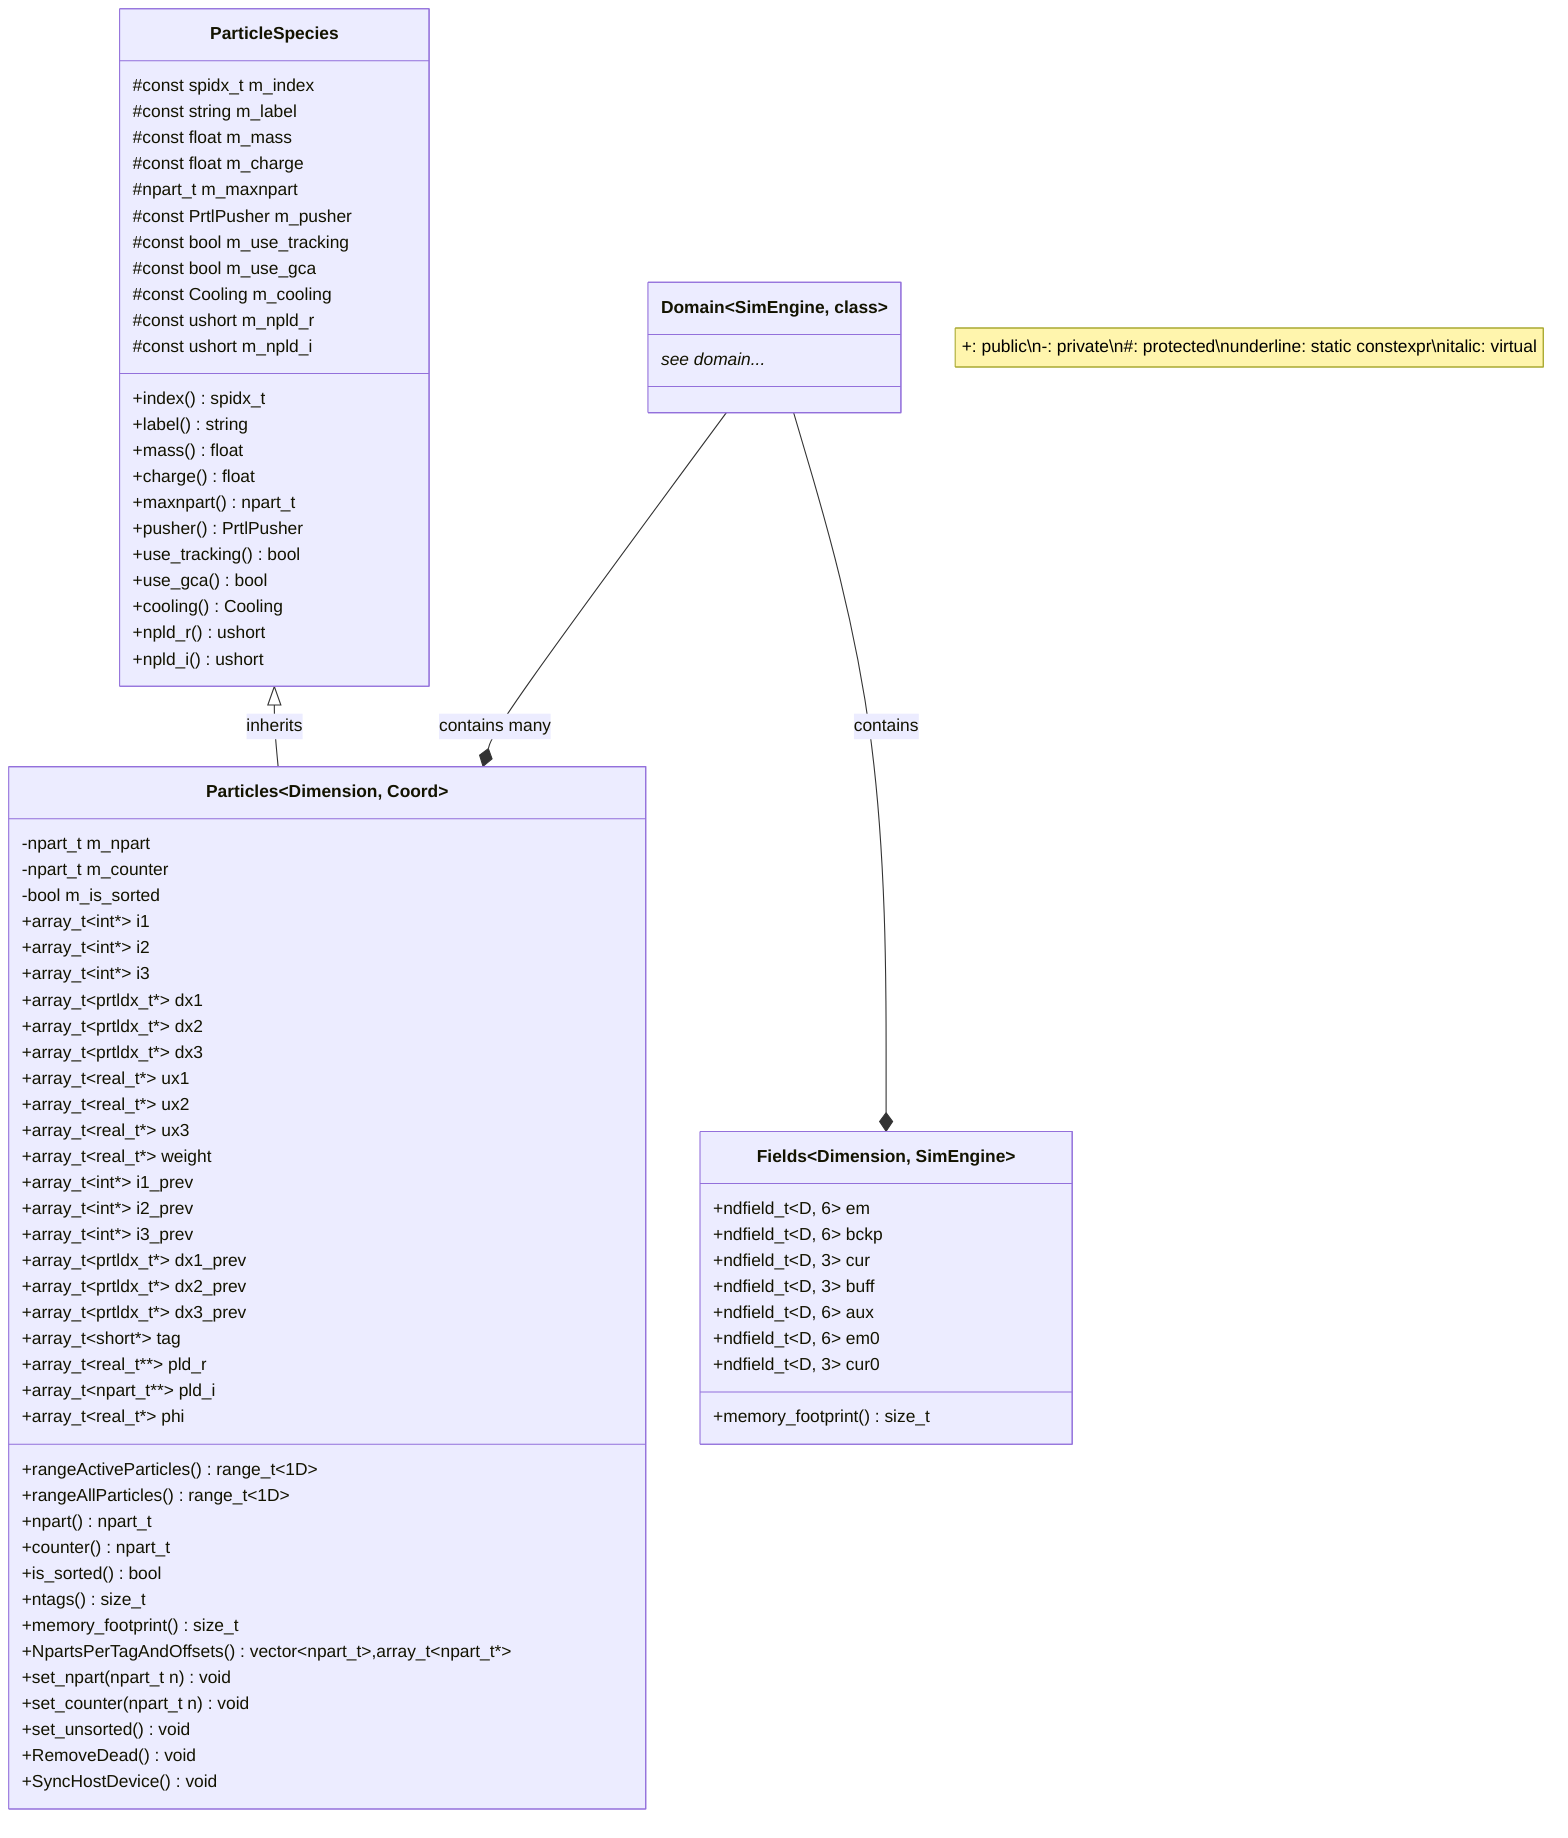
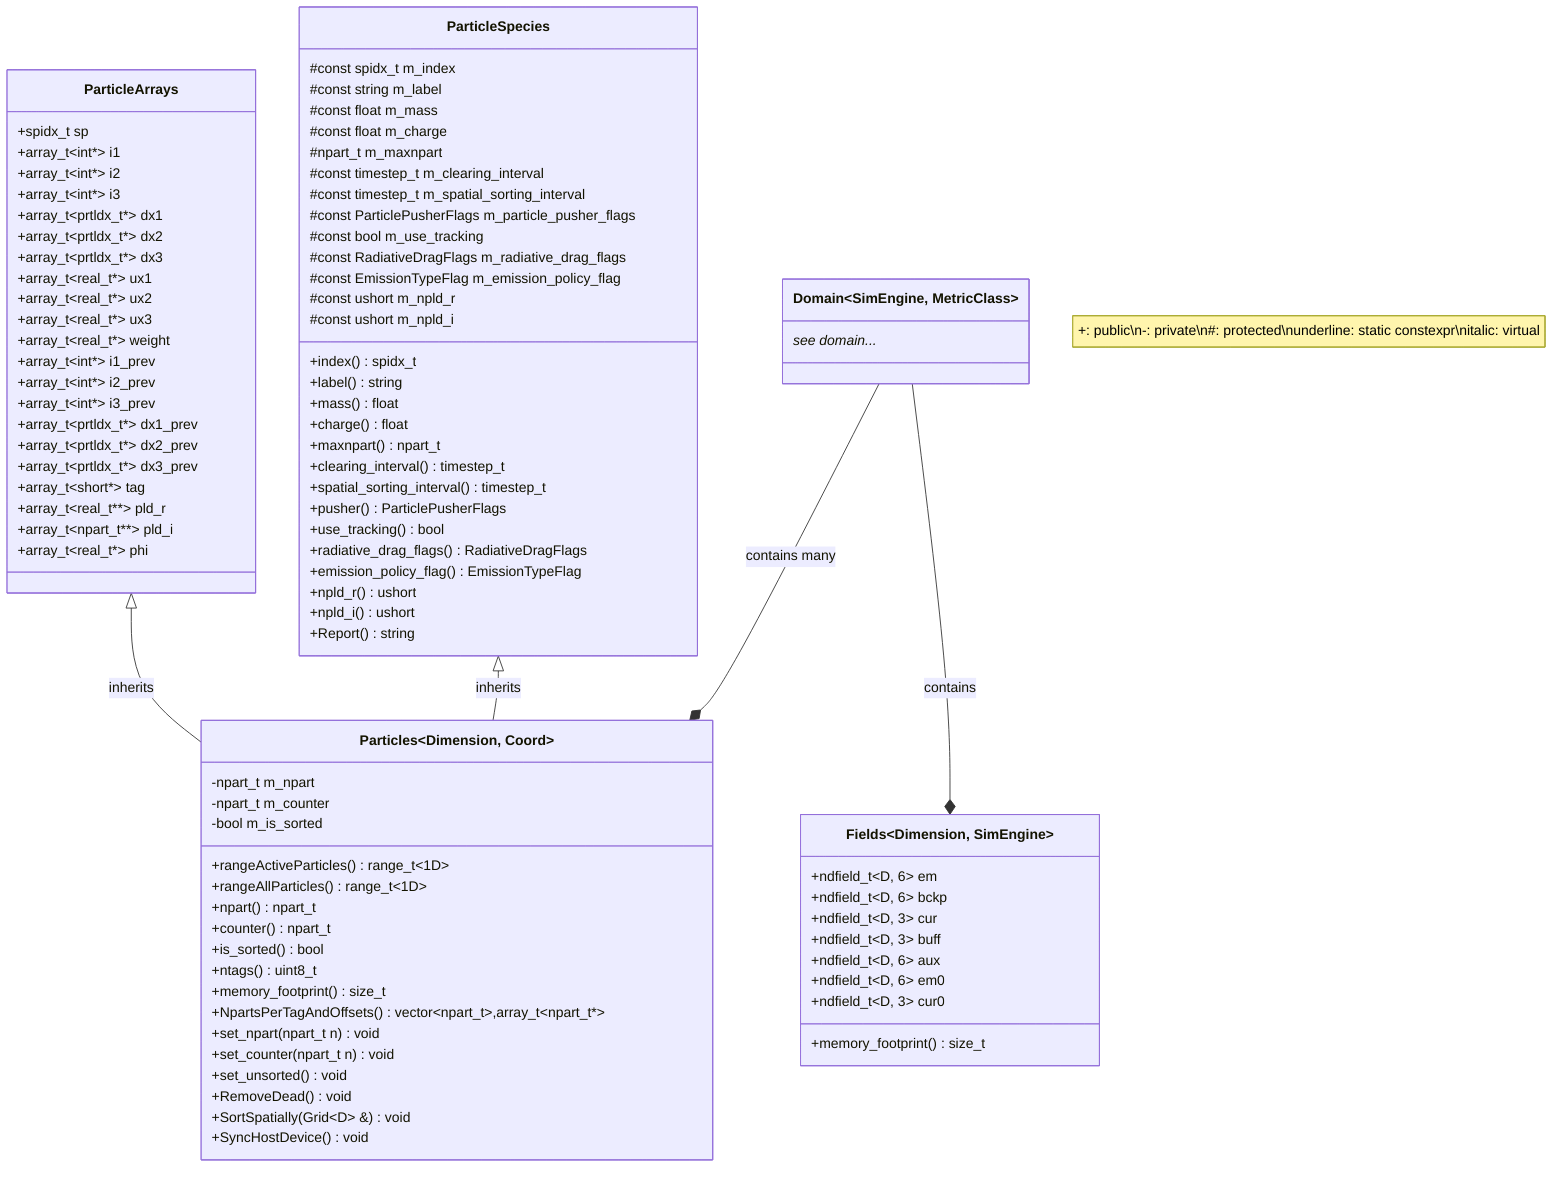
classDiagram
-   class Domain~SimEngine, class~ {
+   class Domain~SimEngine, MetricClass~ {
    see domain...*
  }
  class ParticleSpecies {
    #const spidx_t m_index
    #const string m_label
    #const float m_mass
    #const float m_charge
    #npart_t m_maxnpart
-     #const PrtlPusher m_pusher
+     #const timestep_t m_clearing_interval
+     #const timestep_t m_spatial_sorting_interval
+     #const ParticlePusherFlags m_particle_pusher_flags
    #const bool m_use_tracking
-     #const bool m_use_gca
-     #const Cooling m_cooling
+     #const RadiativeDragFlags m_radiative_drag_flags
+     #const EmissionTypeFlag m_emission_policy_flag
    #const ushort m_npld_r
    #const ushort m_npld_i
    +index() spidx_t
    +label() string
    +mass() float
    +charge() float
    +maxnpart() npart_t
-     +pusher() PrtlPusher
+     +clearing_interval() timestep_t
+     +spatial_sorting_interval() timestep_t
+     +pusher() ParticlePusherFlags
    +use_tracking() bool
-     +use_gca() bool
-     +cooling() Cooling
+     +radiative_drag_flags() RadiativeDragFlags
+     +emission_policy_flag() EmissionTypeFlag
    +npld_r() ushort
    +npld_i() ushort
+     +Report() string
  }
-   class Particles~Dimension, Coord~ {
-     -npart_t m_npart
-     -npart_t m_counter
-     -bool m_is_sorted
+   class ParticleArrays {
+     +spidx_t sp
    +array_t~int*~ i1
    +array_t~int*~ i2
    +array_t~int*~ i3
    +array_t~prtldx_t*~ dx1
    +array_t~prtldx_t*~ dx2
    +array_t~prtldx_t*~ dx3
    +array_t~real_t*~ ux1
    +array_t~real_t*~ ux2
    +array_t~real_t*~ ux3
    +array_t~real_t*~ weight
    +array_t~int*~ i1_prev
    +array_t~int*~ i2_prev
    +array_t~int*~ i3_prev
    +array_t~prtldx_t*~ dx1_prev
    +array_t~prtldx_t*~ dx2_prev
    +array_t~prtldx_t*~ dx3_prev
    +array_t~short*~ tag
    +array_t~real_t**~ pld_r
    +array_t~npart_t**~ pld_i
    +array_t~real_t*~ phi
+ 
+   }
+   class Particles~Dimension, Coord~ {
+     -npart_t m_npart
+     -npart_t m_counter
+     -bool m_is_sorted
    +rangeActiveParticles() range_t~1D~
    +rangeAllParticles() range_t~1D~
    +npart() npart_t
    +counter() npart_t
    +is_sorted() bool
-     +ntags() size_t
+     +ntags() uint8_t
    +memory_footprint() size_t
    +NpartsPerTagAndOffsets() vector~npart_t~,array_t~npart_t*~
    +set_npart(npart_t n) void
    +set_counter(npart_t n) void
    +set_unsorted() void
    +RemoveDead() void
+     +SortSpatially(Grid~D~ &) void
    +SyncHostDevice() void
  }
  class Fields~Dimension, SimEngine~ {
    +ndfield_t~D, 6~ em
    +ndfield_t~D, 6~ bckp
    +ndfield_t~D, 3~ cur
    +ndfield_t~D, 3~ buff
    +ndfield_t~D, 6~ aux
    +ndfield_t~D, 6~ em0
    +ndfield_t~D, 3~ cur0
    +memory_footprint() size_t
  }

  Domain --* Particles : contains many
  Domain --* Fields : contains
  ParticleSpecies <|-- Particles : inherits

+   ParticleArrays <|-- Particles : inherits
+ 
  note "+: public\n-: private\n#: protected\nunderline: static constexpr\nitalic: virtual"
